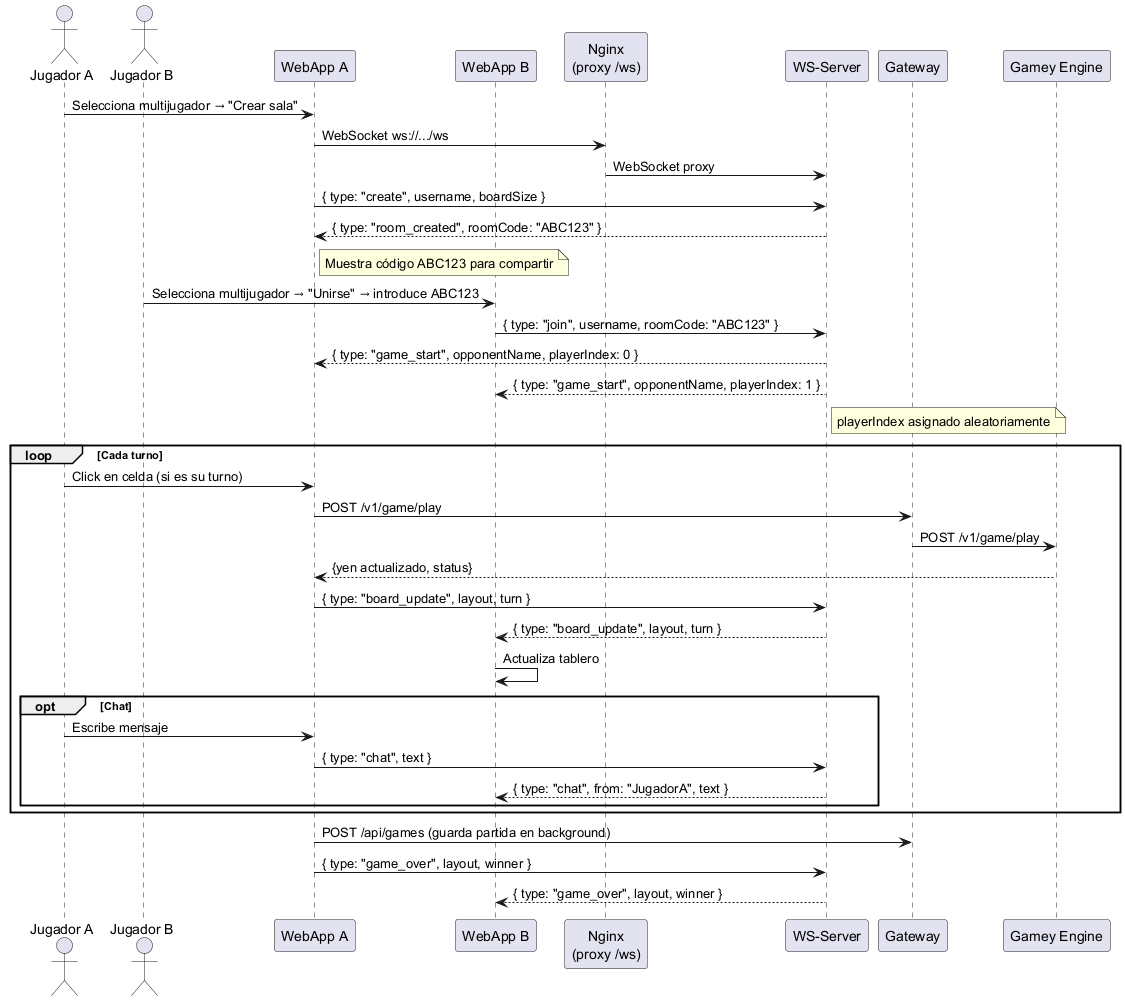
Before: images/Partida Multijugador.png, a diagram exported from PlantUML (Arquisoft/yovi_es4c). Source of this version:
```plantuml
@startuml
actor "Jugador A" as JA
actor "Jugador B" as JB
participant "WebApp A" as WA
participant "WebApp B" as WB
participant "Nginx\n(proxy /ws)" as Nginx
participant "WS-Server" as WS
participant "Gateway" as GW
participant "Gamey Engine" as Gamey

JA -> WA: Selecciona multijugador → "Crear sala"
WA -> Nginx: WebSocket ws://.../ws
Nginx -> WS: WebSocket proxy
WA -> WS: { type: "create", username, boardSize }
WS --> WA: { type: "room_created", roomCode: "ABC123" }
note right of WA: Muestra código ABC123 para compartir

JB -> WB: Selecciona multijugador → "Unirse" → introduce ABC123
WB -> WS: { type: "join", username, roomCode: "ABC123" }
WS --> WA: { type: "game_start", opponentName, playerIndex: 0 }
WS --> WB: { type: "game_start", opponentName, playerIndex: 1 }
note right of WS: playerIndex asignado aleatoriamente

loop Cada turno
  JA -> WA: Click en celda (si es su turno)
  WA -> GW: POST /v1/game/play
  GW -> Gamey: POST /v1/game/play
  Gamey --> WA: {yen actualizado, status}
  WA -> WS: { type: "board_update", layout, turn }
  WS --> WB: { type: "board_update", layout, turn }
  WB -> WB: Actualiza tablero

  opt Chat
    JA -> WA: Escribe mensaje
    WA -> WS: { type: "chat", text }
    WS --> WB: { type: "chat", from: "JugadorA", text }
  end
end

WA -> GW: POST /api/games (guarda partida en background)
WA -> WS: { type: "game_over", layout, winner }
WS --> WB: { type: "game_over", layout, winner }
@enduml
```
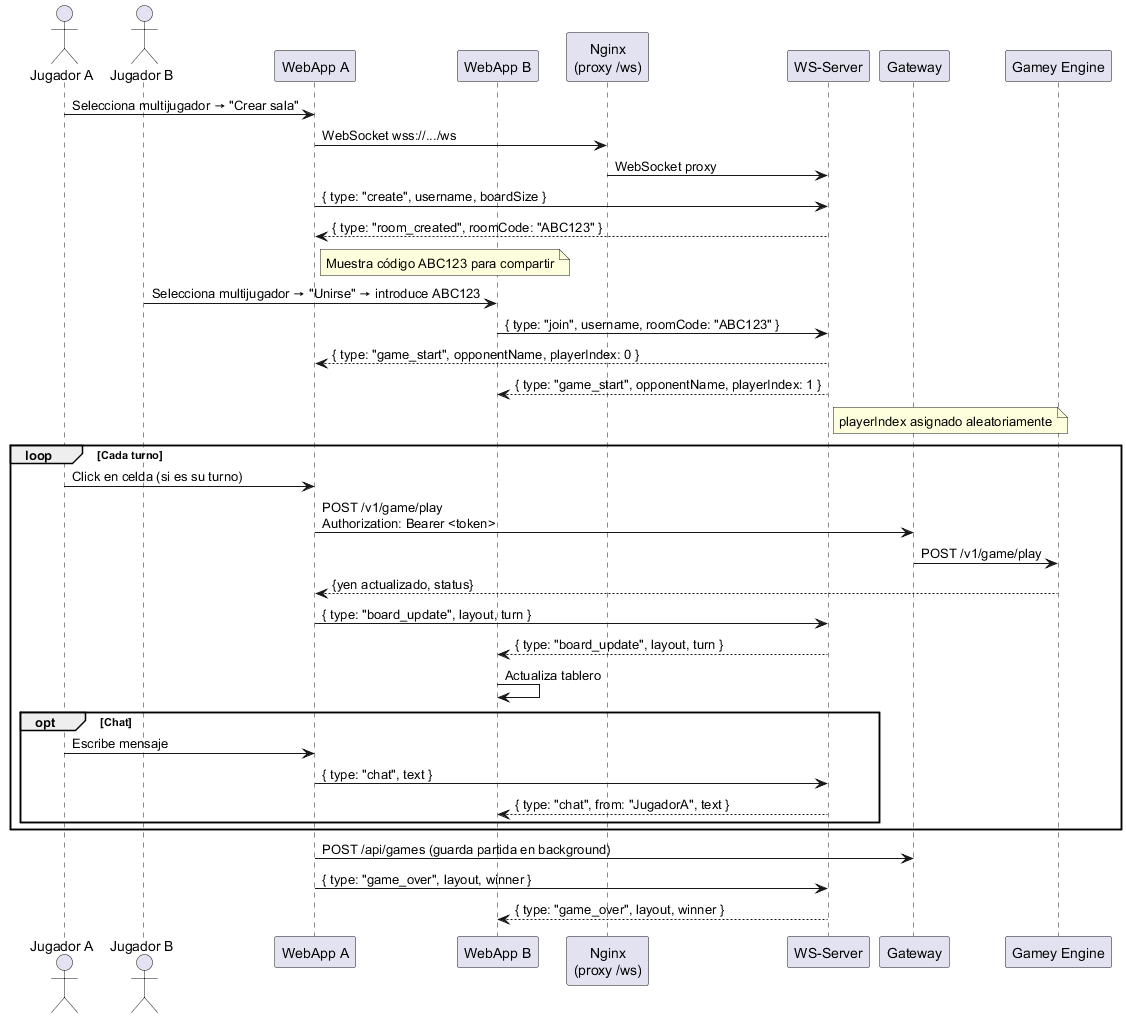
After the commit.

The edit, as a diff of the source:
```diff
@@ -9,7 +9,7 @@
 participant "Gamey Engine" as Gamey
 
 JA -> WA: Selecciona multijugador → "Crear sala"
-WA -> Nginx: WebSocket ws://.../ws
+WA -> Nginx: WebSocket wss://.../ws
 Nginx -> WS: WebSocket proxy
 WA -> WS: { type: "create", username, boardSize }
 WS --> WA: { type: "room_created", roomCode: "ABC123" }
@@ -23,7 +23,7 @@
 
 loop Cada turno
   JA -> WA: Click en celda (si es su turno)
-  WA -> GW: POST /v1/game/play
+  WA -> GW: POST /v1/game/play\nAuthorization: Bearer <token>
   GW -> Gamey: POST /v1/game/play
   Gamey --> WA: {yen actualizado, status}
   WA -> WS: { type: "board_update", layout, turn }
```
